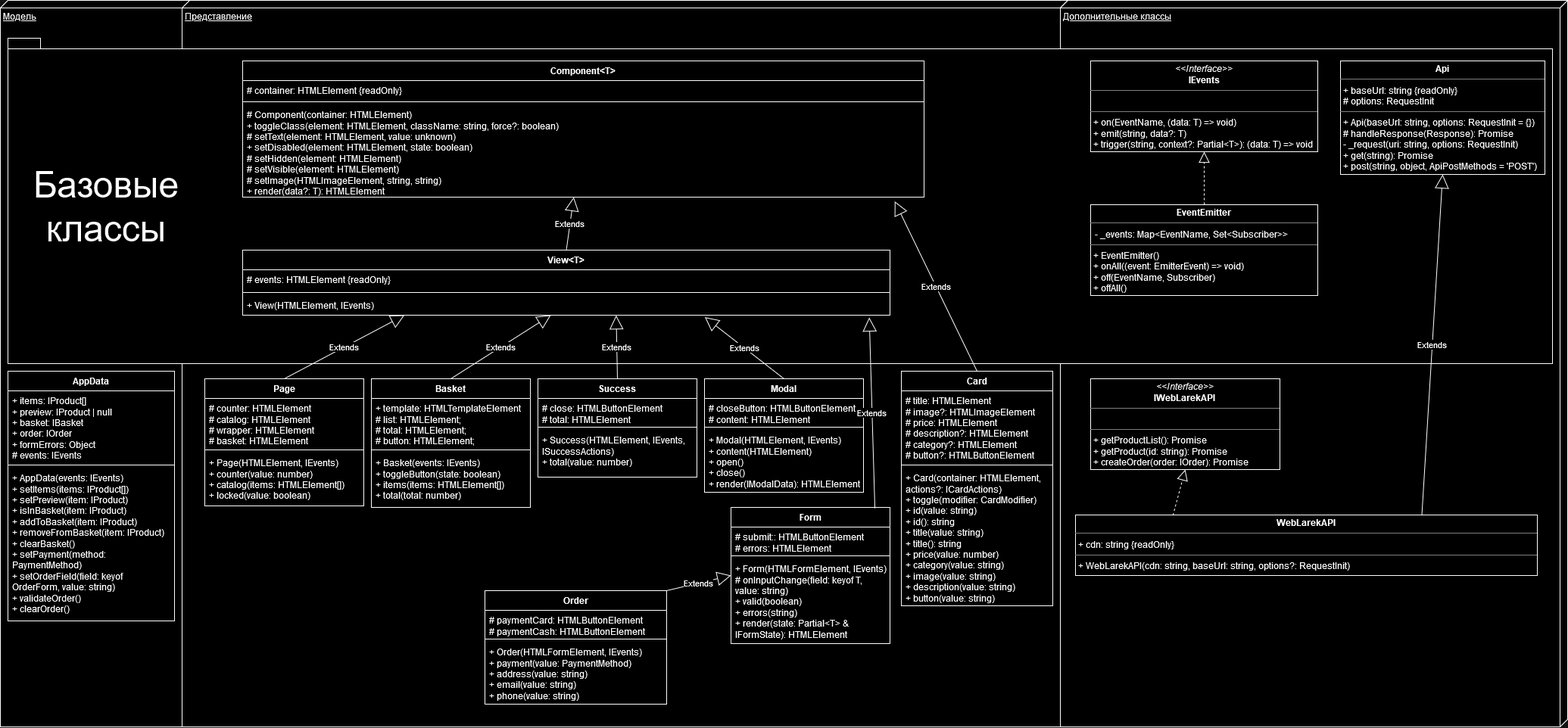
The draw.io diagram web-larek.drawio.png in Estisui/web-larek-frontend, before a commit. Source tidied: cells renumbered, new cells last; positions are measured from the earlier drawing's top-left corner, leaving out a move shared by most shapes.
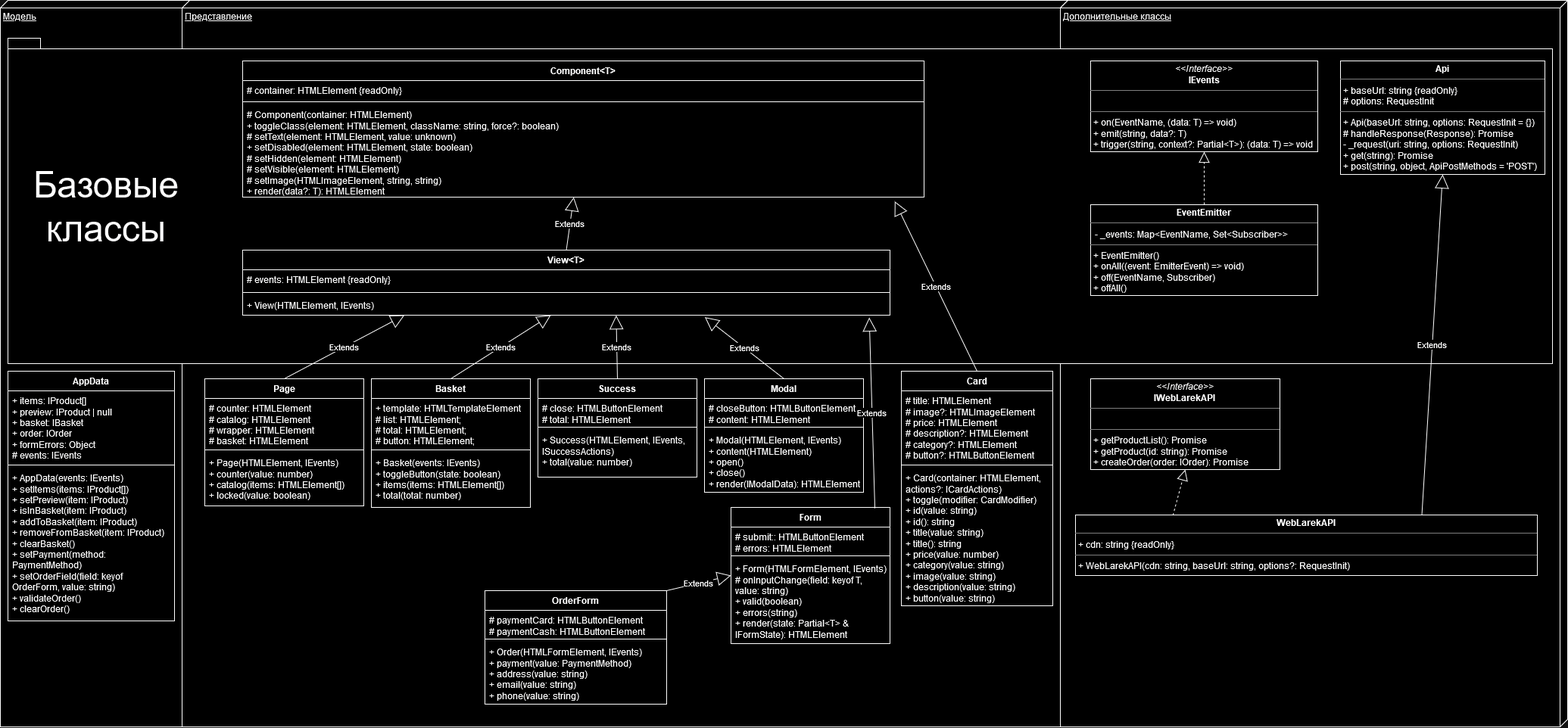
The same file after the commit.

Commit message:
refactor: switch Order class name to OrderForm

Diff of the diagram source:
```diff
@@ -152,7 +152,7 @@
     <mxCell id="51" value="+ Form(HTMLFormElement, IEvents)&lt;br&gt;&lt;div&gt;# onInputChange(field: keyof T, value: string)&lt;/div&gt;&lt;div&gt;+&amp;nbsp;valid(boolean)&lt;br&gt;+ errors(string)&lt;br&gt;+ render(state: Partial&amp;lt;T&amp;gt; &amp;amp; IFormState): HTMLElement&lt;/div&gt;" style="text;strokeColor=none;fillColor=none;align=left;verticalAlign=top;spacingLeft=4;spacingRight=4;overflow=hidden;whiteSpace=wrap;html=1;" parent="48" vertex="1">
       <mxGeometry y="68" width="210" height="112" as="geometry" />
     </mxCell>
-    <mxCell id="52" value="Order" style="swimlane;fontStyle=1;align=center;verticalAlign=top;horizontal=1;startSize=26;whiteSpace=wrap;html=1;" parent="1" vertex="1">
+    <mxCell id="52" value="OrderForm" style="swimlane;fontStyle=1;align=center;verticalAlign=top;horizontal=1;startSize=26;whiteSpace=wrap;html=1;" parent="1" vertex="1">
       <mxGeometry x="640" y="780" width="240" height="150" as="geometry" />
     </mxCell>
     <mxCell id="53" value="&lt;div&gt;# paymentCard: HTMLButtonElement&lt;/div&gt;&lt;div&gt;# paymentCash: HTMLButtonElement&lt;/div&gt;" style="text;strokeColor=none;fillColor=none;align=left;verticalAlign=top;spacingLeft=4;spacingRight=4;overflow=hidden;whiteSpace=wrap;html=1;" parent="52" vertex="1">
```
